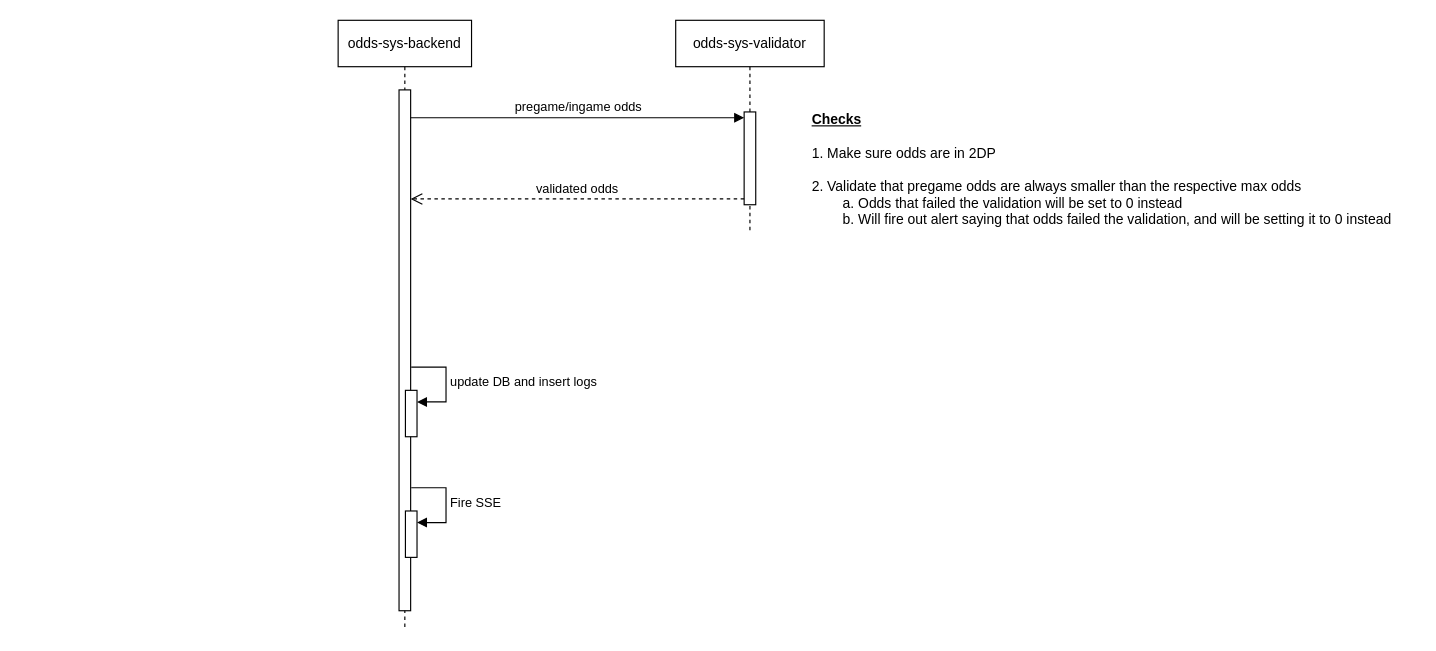
This is page "Page-2" (2 of 2) of odds-sys-class-diagram.drawio from rickyaandrew-gocode/drawio-diagrams, a draw.io file, before an edit. Source tidied: cells renumbered, new cells numbered last; positions are measured from the earlier drawing's top-left corner, leaving out a move shared by most shapes. Both pictures are drawn from the tidied source at 116%, with x=0, y=0 at pixel (338, 20).
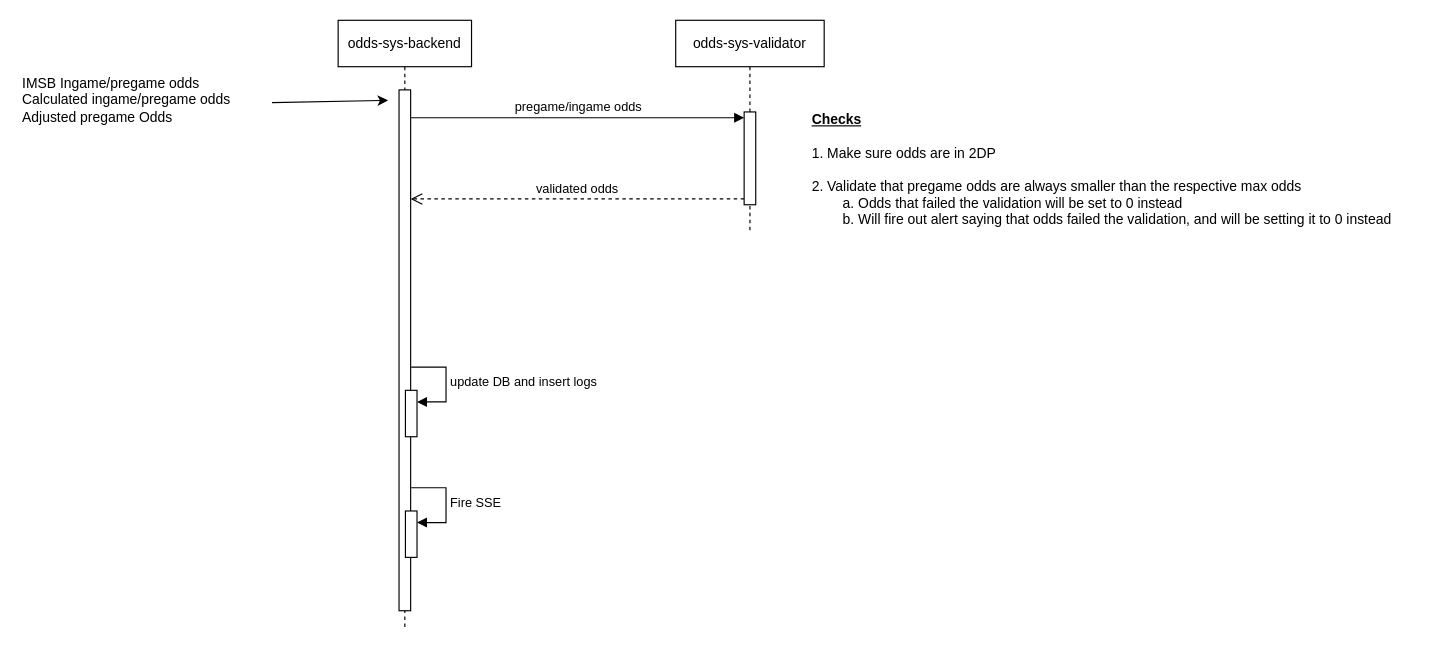
Above is the later version.

Change to the diagram source:
```diff
@@
 <mxGraphModel>
   <root>
     <mxCell id="0" />
     <mxCell id="1" parent="0" />
     <mxCell id="2" value="&lt;div style=&quot;text-align: left;&quot;&gt;&lt;b style=&quot;background-color: transparent; color: light-dark(rgb(0, 0, 0), rgb(255, 255, 255));&quot;&gt;&lt;u&gt;Checks&lt;/u&gt;&lt;/b&gt;&lt;/div&gt;&lt;div style=&quot;text-align: left;&quot;&gt;&lt;b&gt;&lt;u&gt;&lt;br&gt;&lt;/u&gt;&lt;/b&gt;&lt;/div&gt;&lt;div style=&quot;text-align: left;&quot;&gt;1. Make sure odds are in 2DP&lt;/div&gt;&lt;div style=&quot;text-align: left;&quot;&gt;&lt;br&gt;&lt;/div&gt;&lt;div style=&quot;text-align: left;&quot;&gt;2. Validate that pregame odds are always smaller than the respective max odds&lt;/div&gt;&lt;div style=&quot;text-align: left;&quot;&gt;&lt;span style=&quot;white-space: pre;&quot;&gt;&#9;&lt;/span&gt;a. Odds that failed the validation will be set to 0 instead&lt;/div&gt;&lt;div style=&quot;text-align: left;&quot;&gt;&lt;span style=&quot;white-space: pre;&quot;&gt;&#9;&lt;/span&gt;b. Will fire out alert saying that odds failed the validation, and will be setting it to 0 instead&lt;br&gt;&lt;/div&gt;&lt;div style=&quot;text-align: left;&quot;&gt;&lt;br&gt;&lt;/div&gt;" style="text;html=1;align=center;verticalAlign=middle;whiteSpace=wrap;rounded=0;" parent="1" vertex="1">
       <mxGeometry x="388" y="62" width="541" height="148" as="geometry" />
     </mxCell>
     <mxCell id="3" value="odds-sys-backend" style="shape=umlLifeline;perimeter=lifelinePerimeter;whiteSpace=wrap;html=1;newEdgeStyle={&quot;curved&quot;:0,&quot;rounded&quot;:0};" parent="1" vertex="1">
       <mxGeometry width="115" height="526" as="geometry" />
     </mxCell>
     <mxCell id="4" style="html=1;points=[[0,0,0,0,5],[0,1,0,0,-5],[1,0,0,0,5],[1,1,0,0,-5]];perimeter=orthogonalPerimeter;outlineConnect=0;targetShapes=umlLifeline;portConstraint=eastwest;newEdgeStyle={&quot;curved&quot;:0,&quot;rounded&quot;:0};" parent="3" vertex="1">
       <mxGeometry x="52.5" y="60" width="10" height="449" as="geometry" />
     </mxCell>
     <mxCell id="5" style="html=1;points=[[0,0,0,0,5],[0,1,0,0,-5],[1,0,0,0,5],[1,1,0,0,-5]];perimeter=orthogonalPerimeter;outlineConnect=0;targetShapes=umlLifeline;portConstraint=eastwest;newEdgeStyle={&quot;curved&quot;:0,&quot;rounded&quot;:0};" parent="3" vertex="1">
       <mxGeometry x="58" y="319" width="10" height="40" as="geometry" />
     </mxCell>
     <mxCell id="6" value="update DB and insert logs" style="html=1;align=left;spacingLeft=2;endArrow=block;rounded=0;edgeStyle=orthogonalEdgeStyle;curved=0;rounded=0;" parent="3" edge="1" target="5">
       <mxGeometry relative="1" as="geometry">
         <mxPoint x="63" y="299" as="sourcePoint" />
         <Array as="points">
           <mxPoint x="93" y="329" />
         </Array>
       </mxGeometry>
     </mxCell>
     <mxCell id="7" style="html=1;points=[[0,0,0,0,5],[0,1,0,0,-5],[1,0,0,0,5],[1,1,0,0,-5]];perimeter=orthogonalPerimeter;outlineConnect=0;targetShapes=umlLifeline;portConstraint=eastwest;newEdgeStyle={&quot;curved&quot;:0,&quot;rounded&quot;:0};" parent="3" vertex="1">
       <mxGeometry x="58" y="423" width="10" height="40" as="geometry" />
     </mxCell>
     <mxCell id="8" value="Fire SSE" style="html=1;align=left;spacingLeft=2;endArrow=block;rounded=0;edgeStyle=orthogonalEdgeStyle;curved=0;rounded=0;" parent="3" edge="1" target="7">
       <mxGeometry relative="1" as="geometry">
         <mxPoint x="63" y="403" as="sourcePoint" />
         <Array as="points">
           <mxPoint x="93" y="433" />
         </Array>
       </mxGeometry>
     </mxCell>
     <mxCell id="9" value="odds-sys-validator" style="shape=umlLifeline;perimeter=lifelinePerimeter;whiteSpace=wrap;html=1;newEdgeStyle={&quot;curved&quot;:0,&quot;rounded&quot;:0};" parent="1" vertex="1">
       <mxGeometry x="291" width="128" height="184" as="geometry" />
     </mxCell>
     <mxCell id="10" style="html=1;points=[[0,0,0,0,5],[0,1,0,0,-5],[1,0,0,0,5],[1,1,0,0,-5]];perimeter=orthogonalPerimeter;outlineConnect=0;targetShapes=umlLifeline;portConstraint=eastwest;newEdgeStyle={&quot;curved&quot;:0,&quot;rounded&quot;:0};" parent="9" vertex="1">
       <mxGeometry x="59" y="79" width="10" height="80" as="geometry" />
     </mxCell>
     <mxCell id="11" value="pregame/ingame odds" style="html=1;verticalAlign=bottom;endArrow=block;curved=0;rounded=0;entryX=0;entryY=0;entryDx=0;entryDy=5;" parent="1" edge="1" source="4" target="10">
       <mxGeometry relative="1" as="geometry" />
     </mxCell>
     <mxCell id="12" value="validated odds" style="html=1;verticalAlign=bottom;endArrow=open;dashed=1;endSize=8;curved=0;rounded=0;exitX=0;exitY=1;exitDx=0;exitDy=-5;" parent="1" edge="1" source="10" target="4">
       <mxGeometry relative="1" as="geometry" />
     </mxCell>
+    <mxCell id="13" style="endArrow=classic;html=1;rounded=0;" parent="1" edge="1">
+      <mxGeometry relative="1" as="geometry">
+        <mxPoint x="-57" y="71" as="sourcePoint" />
+        <mxPoint x="43" y="69" as="targetPoint" />
+      </mxGeometry>
+    </mxCell>
+    <mxCell id="14" value="IMSB Ingame/pregame odds&lt;div&gt;Calculated ingame/pregame odds&lt;/div&gt;&lt;div&gt;Adjusted pregame Odds&lt;/div&gt;" style="text;html=1;align=left;verticalAlign=middle;whiteSpace=wrap;rounded=0;" parent="1" vertex="1">
+      <mxGeometry x="-274" y="34" width="199" height="69" as="geometry" />
+    </mxCell>
   </root>
 </mxGraphModel>
```
